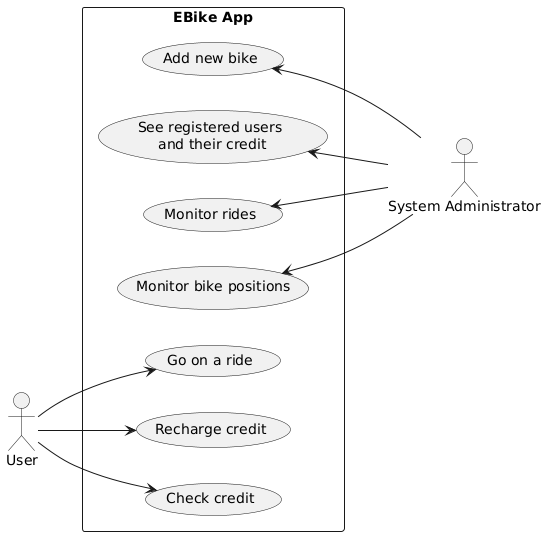
Earlier version of the PlantUML export doc/diagrams/use-cases.png (Ventus218/SAP-assignment-02). The source it was exported from:
```plantuml
@startuml use-cases

actor "User"
actor "System Administrator" as Admin

left to right direction

rectangle "EBike App" {
    User --> (Go on a ride)
    User --> (Recharge credit)
    User --> (Check credit)

    Admin -u-> (Monitor bike positions)
    Admin -u-> (Monitor rides)
    Admin -u-> (See registered users\n and their credit)
    Admin -u-> (Add new bike)
}

@enduml
```
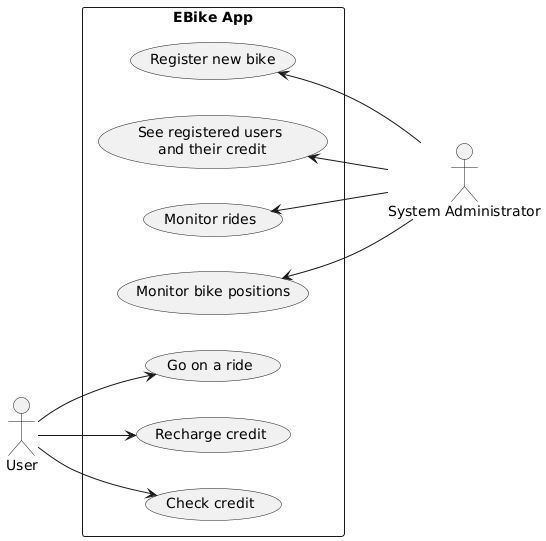
After the change.

The edit, as a diff of the source:
```diff
@@ -13,7 +13,7 @@
     Admin -u-> (Monitor bike positions)
     Admin -u-> (Monitor rides)
     Admin -u-> (See registered users\n and their credit)
-    Admin -u-> (Add new bike)
+    Admin -u-> (Register new bike)
 }
 
 @enduml
```
